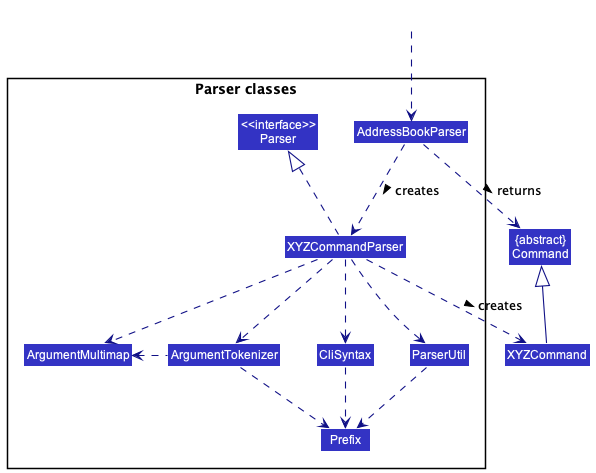
Above: docs/images/ParserClasses.png in nus-cs2103-AY2223S1/tp (PlantUML), before the change.
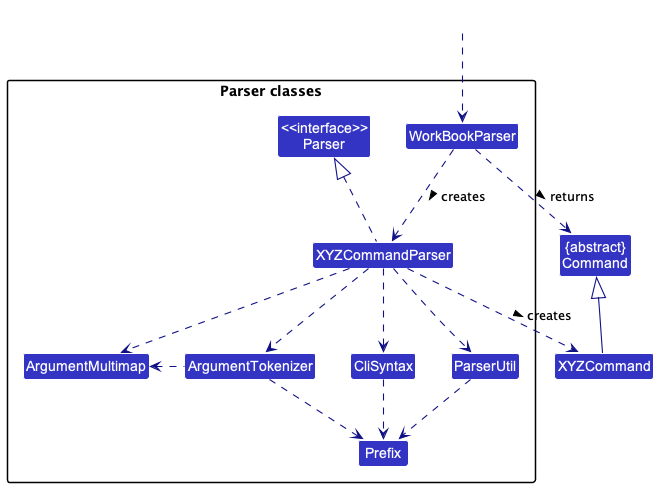
The same file after the commit.

What changed in the source:
```diff
@@ -9,7 +9,7 @@
 
 package "Parser classes"{
 Class "<<interface>>\nParser" as Parser
-Class AddressBookParser
+Class WorkBookParser
 Class XYZCommandParser
 Class CliSyntax
 Class ParserUtil
@@ -19,12 +19,12 @@
 }
 
 Class HiddenOutside #FFFFFF
-HiddenOutside ..> AddressBookParser
+HiddenOutside ..> WorkBookParser
 
-AddressBookParser .down.> XYZCommandParser: creates >
+WorkBookParser .down.> XYZCommandParser: creates >
 
 XYZCommandParser ..> XYZCommand : creates >
-AddressBookParser ..> Command : returns >
+WorkBookParser ..> Command : returns >
 XYZCommandParser .up.|> Parser
 XYZCommandParser ..> ArgumentMultimap
 XYZCommandParser ..> ArgumentTokenizer
```
